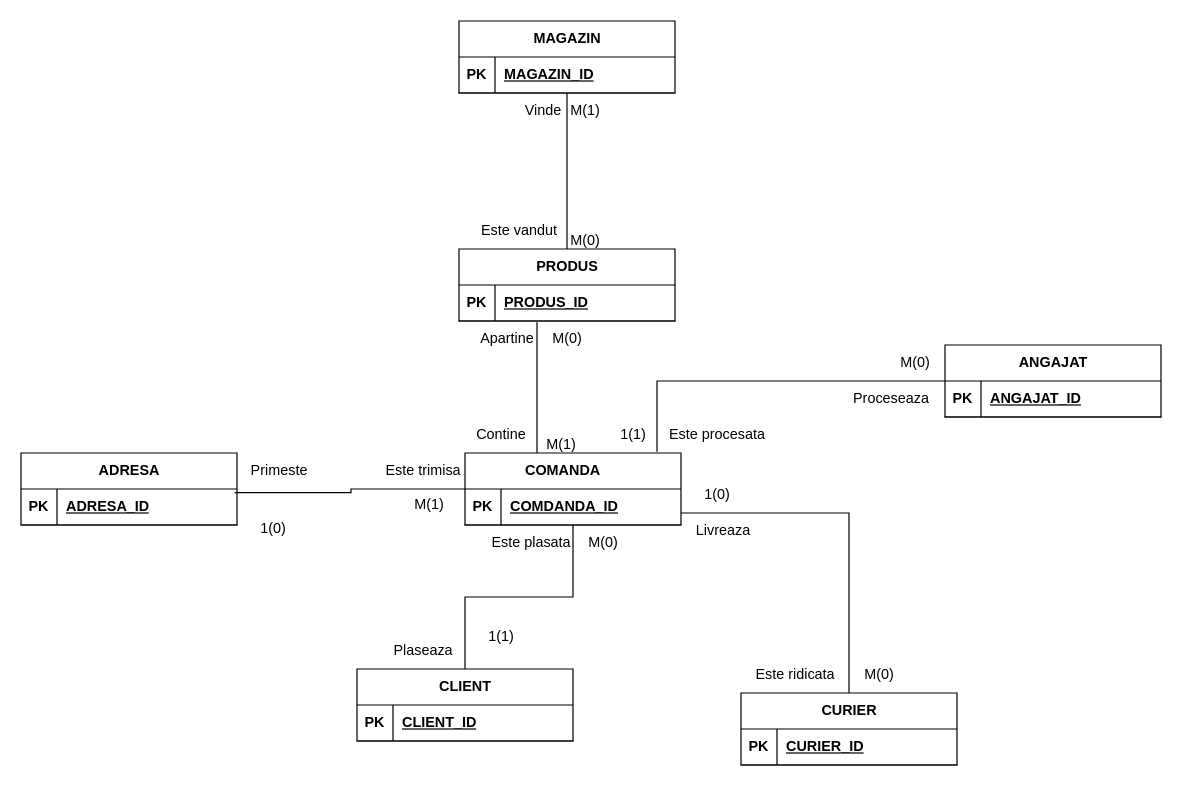
The draw.io diagram Conceptual-Diagram.drawio in Mateiul123/BD, before the edit. Source tidied: cells renumbered, new cells numbered last; positions are measured from the earlier drawing's top-left corner, leaving out a move shared by most shapes. Both pictures are drawn from the tidied source at 120%, with x=0, y=0 at pixel (20, 20).
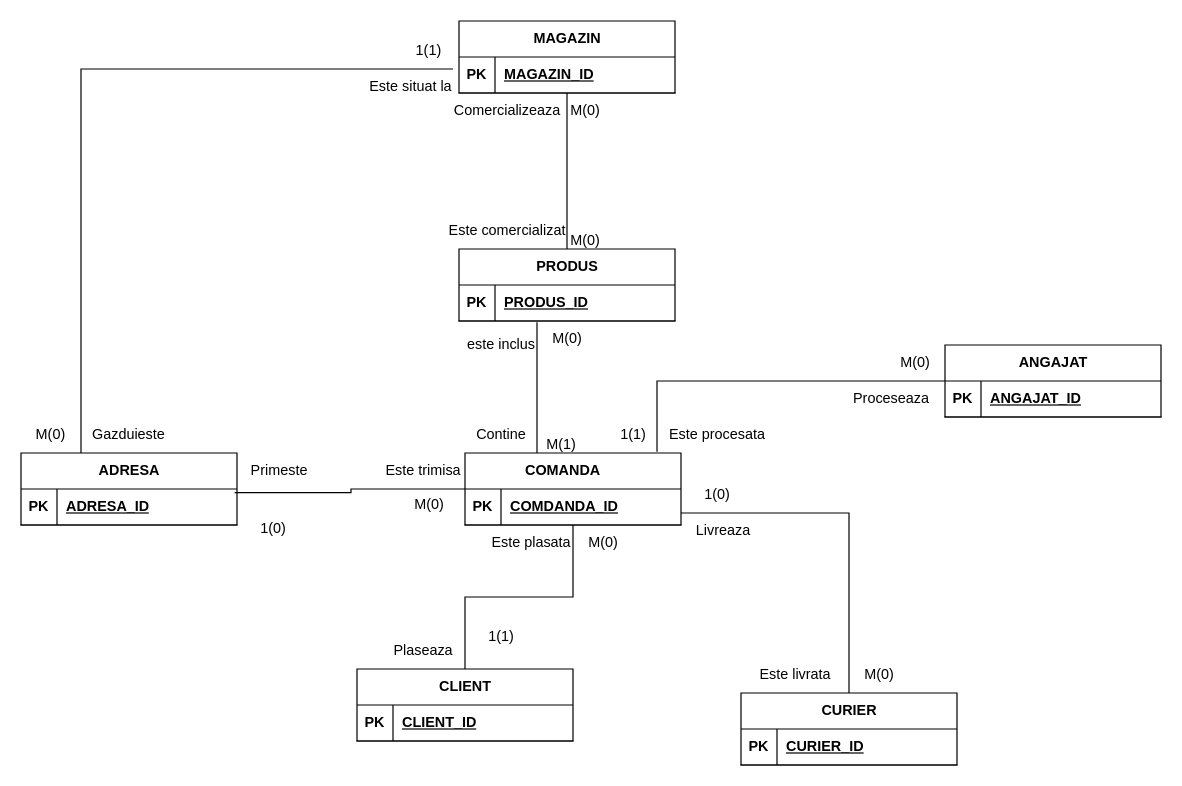
The same diagram, later.

Diff of the diagram source:
```diff
@@
-    <mxCell id="39" value="Este ridicata" style="text;html=1;align=center;verticalAlign=middle;strokeColor=none;fillColor=none;" parent="1" vertex="1">
-      <mxGeometry x="600" y="530" width="90" height="30" as="geometry" />
+    <mxCell id="39" value="Este livrata" style="text;html=1;align=center;verticalAlign=middle;strokeColor=none;fillColor=none;" parent="1" vertex="1">
+      <mxGeometry x="605" y="530" width="80" height="30" as="geometry" />
     </mxCell>
@@
-    <mxCell id="43" value="Apartine" style="text;html=1;align=center;verticalAlign=middle;strokeColor=none;fillColor=none;" parent="1" vertex="1">
-      <mxGeometry x="370" y="250" width="70" height="30" as="geometry" />
+    <mxCell id="43" value="este inclus" style="text;html=1;align=center;verticalAlign=middle;strokeColor=none;fillColor=none;" parent="1" vertex="1">
+      <mxGeometry x="360" y="255" width="80" height="30" as="geometry" />
     </mxCell>
-    <mxCell id="44" value="Este vandut" style="text;html=1;align=center;verticalAlign=middle;strokeColor=none;fillColor=none;" parent="1" vertex="1">
-      <mxGeometry x="370" y="160" width="90" height="30" as="geometry" />
+    <mxCell id="44" value="Este comercializat" style="text;html=1;align=center;verticalAlign=middle;strokeColor=none;fillColor=none;" parent="1" vertex="1">
+      <mxGeometry x="345" y="160" width="120" height="30" as="geometry" />
     </mxCell>
-    <mxCell id="45" value="Vinde" style="text;html=1;align=center;verticalAlign=middle;strokeColor=none;fillColor=none;" parent="1" vertex="1">
-      <mxGeometry x="410" y="60" width="50" height="30" as="geometry" />
+    <mxCell id="45" value="Comercializeaza" style="text;html=1;align=center;verticalAlign=middle;strokeColor=none;fillColor=none;" parent="1" vertex="1">
+      <mxGeometry x="350" y="60" width="110" height="30" as="geometry" />
     </mxCell>
@@
-    <mxCell id="52" value="M(1)" style="text;html=1;align=center;verticalAlign=middle;strokeColor=none;fillColor=none;" parent="1" vertex="1">
+    <mxCell id="52" value="M(0)" style="text;html=1;align=center;verticalAlign=middle;strokeColor=none;fillColor=none;" parent="1" vertex="1">
       <mxGeometry x="315" y="388" width="50" height="30" as="geometry" />
     </mxCell>
@@
-    <mxCell id="59" value="M(1)" style="text;html=1;align=center;verticalAlign=middle;strokeColor=none;fillColor=none;" parent="1" vertex="1">
+    <mxCell id="59" value="M(0)" style="text;html=1;align=center;verticalAlign=middle;strokeColor=none;fillColor=none;" parent="1" vertex="1">
       <mxGeometry x="445" y="60" width="50" height="30" as="geometry" />
     </mxCell>
+    <mxCell id="60" style="endArrow=none;html=1;rounded=0;" parent="1" edge="1">
+      <mxGeometry relative="1" as="geometry">
+        <mxPoint x="50" y="360" as="sourcePoint" />
+        <mxPoint x="360" y="40" as="targetPoint" />
+        <Array as="points">
+          <mxPoint x="50" y="40" />
+        </Array>
+      </mxGeometry>
+    </mxCell>
+    <mxCell id="61" value="1(1)" style="text;html=1;whiteSpace=wrap;strokeColor=none;fillColor=none;align=center;verticalAlign=middle;rounded=0;" parent="1" vertex="1">
+      <mxGeometry x="320" y="10" width="40" height="30" as="geometry" />
+    </mxCell>
+    <mxCell id="62" value="M(0)" style="text;html=1;whiteSpace=wrap;strokeColor=none;fillColor=none;align=center;verticalAlign=middle;rounded=0;" parent="1" vertex="1">
+      <mxGeometry y="330" width="50" height="30" as="geometry" />
+    </mxCell>
+    <mxCell id="63" value="Este situat la" style="text;html=1;whiteSpace=wrap;strokeColor=none;fillColor=none;align=center;verticalAlign=middle;rounded=0;" parent="1" vertex="1">
+      <mxGeometry x="280" y="40" width="90" height="30" as="geometry" />
+    </mxCell>
+    <mxCell id="64" value="Gazduieste" style="text;html=1;whiteSpace=wrap;strokeColor=none;fillColor=none;align=center;verticalAlign=middle;rounded=0;" parent="1" vertex="1">
+      <mxGeometry x="50" y="330" width="80" height="30" as="geometry" />
+    </mxCell>
```
